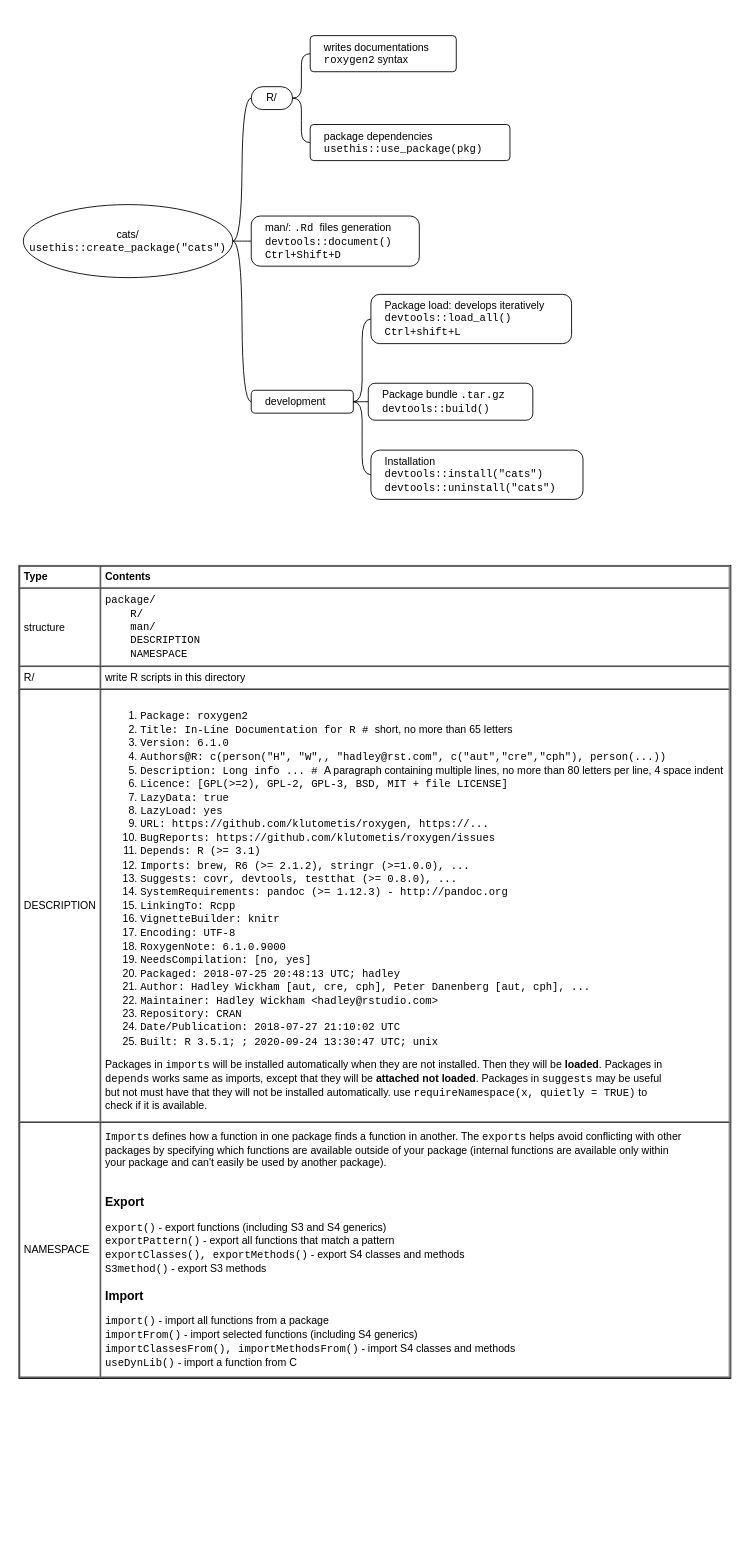
yangdj/tf_docs keeps this draw.io diagram as page "Write-Package" (5 of 5) of languages/R/R-packages.drawio. Above is the earlier version. Source tidied: cells renumbered, new cells numbered last; positions are measured from the earlier drawing's top-left corner, leaving out a move shared by most shapes. Both pictures are drawn from the tidied source at 88%, with x=0, y=0 at pixel (15, 19).
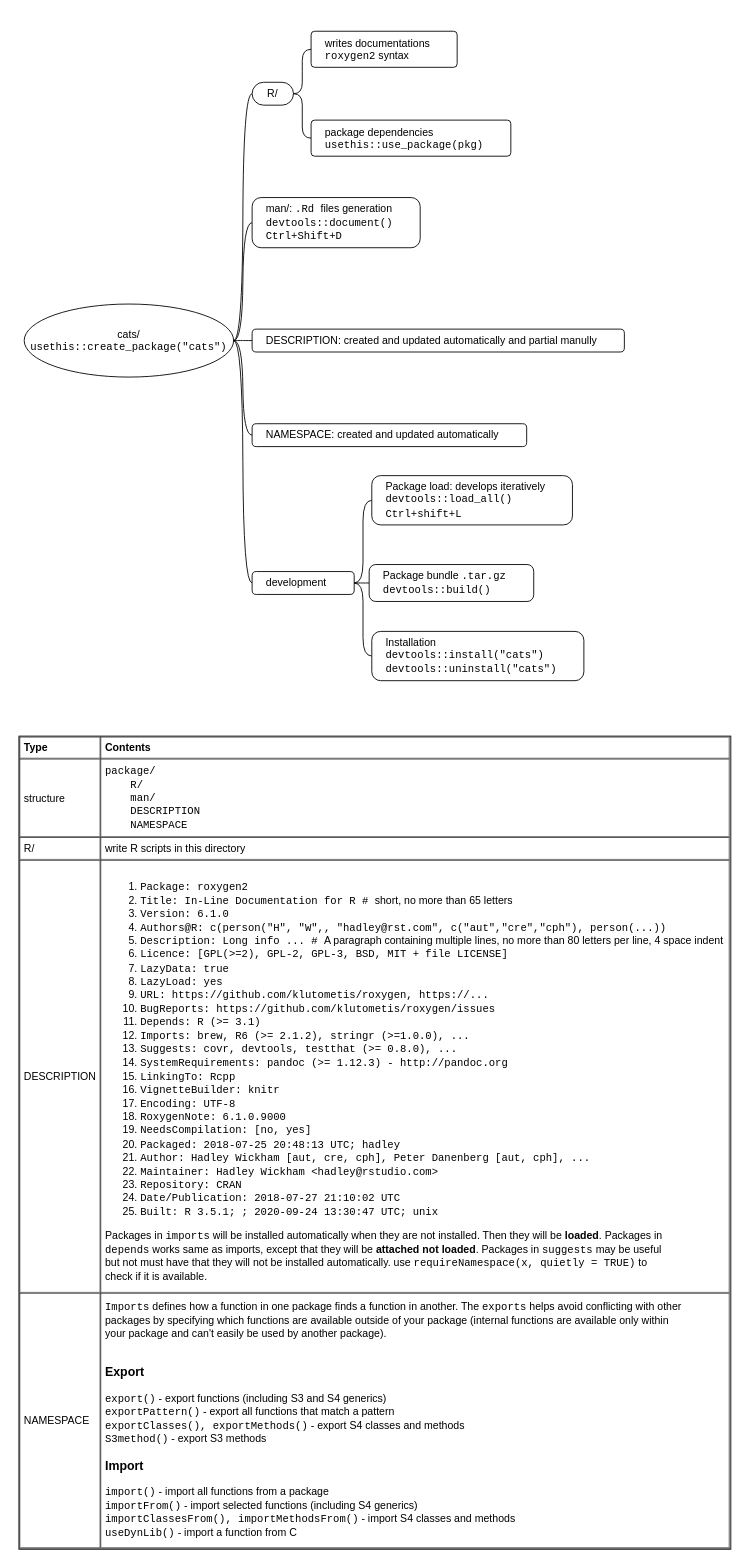
Above is the later version.

The edit, as a diff of the source:
```diff
@@
     <mxCell id="2" value="&lt;table cellpadding=&quot;4&quot; cellspacing=&quot;0&quot; border=&quot;1&quot; style=&quot;font-size: 1em ; width: 100% ; height: 100%&quot;&gt;&lt;tbody&gt;&lt;tr&gt;&lt;th&gt;Type&lt;/th&gt;&lt;th&gt;Contents&lt;/th&gt;&lt;/tr&gt;&lt;tr&gt;&lt;td&gt;structure&lt;/td&gt;&lt;td&gt;&lt;font face=&quot;Courier New&quot;&gt;package/&lt;/font&gt;&lt;br style=&quot;font-family: &amp;#34;courier new&amp;#34;&quot;&gt;&lt;span style=&quot;font-family: &amp;#34;courier new&amp;#34;&quot;&gt;&amp;nbsp; &amp;nbsp; R/&lt;/span&gt;&lt;br style=&quot;font-family: &amp;#34;courier new&amp;#34;&quot;&gt;&lt;span style=&quot;font-family: &amp;#34;courier new&amp;#34;&quot;&gt;&amp;nbsp; &amp;nbsp; man/&lt;/span&gt;&lt;font face=&quot;Courier New&quot;&gt;&lt;br&gt;&amp;nbsp; &amp;nbsp; DESCRIPTION&lt;br&gt;&amp;nbsp; &amp;nbsp; NAMESPACE&lt;/font&gt;&lt;br&gt;&lt;/td&gt;&lt;/tr&gt;&lt;tr&gt;&lt;td&gt;R/&lt;/td&gt;&lt;td&gt;write R scripts in this directory&lt;/td&gt;&lt;/tr&gt;&lt;tr&gt;&lt;td&gt;DESCRIPTION&lt;/td&gt;&lt;td&gt;&lt;ol&gt;&lt;li&gt;&lt;font face=&quot;Courier New&quot;&gt;Package: roxygen2&lt;/font&gt;&lt;/li&gt;&lt;li&gt;&lt;font face=&quot;Courier New&quot;&gt;Title: In-Line Documentation for R # &lt;/font&gt;short, no more than 65 letters&lt;/li&gt;&lt;li&gt;&lt;font face=&quot;Courier New&quot;&gt;Version: 6.1.0&lt;/font&gt;&lt;/li&gt;&lt;li&gt;&lt;span style=&quot;font-size: 1em ; font-family: &amp;#34;courier new&amp;#34;&quot;&gt;Authors@R: c(person(&quot;H&quot;, &quot;W&quot;,, &quot;hadley@rst.com&quot;, c(&quot;aut&quot;,&quot;cre&quot;,&quot;cph&quot;), person(...))&lt;/span&gt;&lt;br&gt;&lt;/li&gt;&lt;li&gt;&lt;font face=&quot;Courier New&quot;&gt;Description: Long info ... # &lt;/font&gt;A paragraph&amp;nbsp;containing multiple lines, no more than 80 letters per line, 4 space indent&lt;/li&gt;&lt;li&gt;&lt;font face=&quot;Courier New&quot;&gt;Licence: [GPL(&amp;gt;=2), GPL-2, GPL-3, BSD, MIT + file LICENSE]&lt;/font&gt;&lt;/li&gt;&lt;li&gt;&lt;font face=&quot;Courier New&quot;&gt;LazyData: true&lt;/font&gt;&lt;/li&gt;&lt;li&gt;&lt;span style=&quot;font-family: &amp;#34;courier new&amp;#34; ; font-size: 1em&quot;&gt;LazyLoad: yes&lt;/span&gt;&lt;br&gt;&lt;/li&gt;&lt;li&gt;&lt;font face=&quot;Courier New&quot;&gt;URL:&amp;nbsp;https://github.com/klutometis/roxygen, https://...&lt;/font&gt;&lt;/li&gt;&lt;li&gt;&lt;font face=&quot;Courier New&quot;&gt;BugReports:&amp;nbsp;https://github.com/klutometis/roxygen/issues&lt;/font&gt;&lt;/li&gt;&lt;li&gt;&lt;font face=&quot;Courier New&quot;&gt;Depends: R (&amp;gt;= 3.1)&lt;/font&gt;&lt;/li&gt;&lt;li&gt;&lt;font face=&quot;Courier New&quot;&gt;Imports: brew, R6 (&amp;gt;= 2.1.2), stringr (&amp;gt;=1.0.0), ...&lt;/font&gt;&lt;/li&gt;&lt;li&gt;&lt;font face=&quot;Courier New&quot;&gt;Suggests: covr, devtools, testthat (&amp;gt;= 0.8.0), ...&lt;/font&gt;&lt;/li&gt;&lt;li&gt;&lt;font face=&quot;Courier New&quot;&gt;SystemRequirements: pandoc (&amp;gt;= 1.12.3) - http://pandoc.org&lt;/font&gt;&lt;/li&gt;&lt;li&gt;&lt;font face=&quot;Courier New&quot;&gt;LinkingTo: Rcpp&lt;/font&gt;&lt;/li&gt;&lt;li&gt;&lt;font face=&quot;Courier New&quot;&gt;VignetteBuilder: knitr&lt;/font&gt;&lt;/li&gt;&lt;li&gt;&lt;font face=&quot;Courier New&quot;&gt;Encoding: UTF-8&lt;/font&gt;&lt;/li&gt;&lt;li&gt;&lt;font face=&quot;Courier New&quot;&gt;RoxygenNote: 6.1.0.9000&lt;br&gt;&lt;/font&gt;&lt;/li&gt;&lt;li&gt;&lt;font face=&quot;Courier New&quot;&gt;NeedsCompilation: [no, yes]&lt;/font&gt;&lt;/li&gt;&lt;li&gt;&lt;font face=&quot;Courier New&quot;&gt;Packaged: 2018-07-25 20:48:13 UTC; hadley&lt;br&gt;&lt;/font&gt;&lt;/li&gt;&lt;li&gt;&lt;font face=&quot;Courier New&quot;&gt;Author: Hadley Wickham [aut, cre, cph], Peter Danenberg [aut, cph], ...&lt;/font&gt;&lt;/li&gt;&lt;li&gt;&lt;font face=&quot;Courier New&quot;&gt;Maintainer: Hadley Wickham &amp;lt;hadley@rstudio.com&amp;gt;&lt;/font&gt;&lt;/li&gt;&lt;li&gt;&lt;font face=&quot;Courier New&quot;&gt;Repository: CRAN&lt;/font&gt;&lt;/li&gt;&lt;li&gt;&lt;font face=&quot;Courier New&quot;&gt;Date/Publication: 2018-07-27 21:10:02 UTC&lt;/font&gt;&lt;/li&gt;&lt;li&gt;&lt;font face=&quot;Courier New&quot;&gt;Built: R 3.5.1; ; 2020-09-24 13:30:47 UTC; unix&lt;/font&gt;&lt;/li&gt;&lt;/ol&gt;&lt;div&gt;Packages in &lt;font face=&quot;Courier New&quot;&gt;imports&lt;/font&gt; will be installed automatically when they are not installed. Then they will be &lt;b&gt;loaded&lt;/b&gt;.&amp;nbsp;&lt;span style=&quot;font-size: 1em&quot;&gt;Packages in&lt;/span&gt;&lt;span style=&quot;font-size: 1em&quot;&gt;&amp;nbsp;&lt;/span&gt;&lt;/div&gt;&lt;div&gt;&lt;font face=&quot;Courier New&quot; style=&quot;font-size: 1em&quot;&gt;depends&lt;/font&gt;&lt;span style=&quot;font-size: 1em&quot;&gt;&amp;nbsp;works same as imports, except that they will be &lt;b&gt;attached&lt;/b&gt; &lt;b&gt;not loaded&lt;/b&gt;. Packages in &lt;font face=&quot;Courier New&quot;&gt;suggests&lt;/font&gt;&lt;/span&gt;&amp;nbsp;may be useful&amp;nbsp;&lt;/div&gt;&lt;div&gt;but not must have that they will not be installed automatically. use &lt;font face=&quot;Courier New&quot;&gt;requireNamespace(x, quietly = TRUE)&lt;/font&gt;&amp;nbsp;to&lt;/div&gt;&lt;div&gt;check if it is available.&lt;/div&gt;&lt;/td&gt;&lt;/tr&gt;&lt;tr&gt;&lt;td&gt;NAMESPACE&lt;/td&gt;&lt;td&gt;&lt;font face=&quot;Courier New&quot;&gt;Imports&lt;/font&gt; defines how a function in one package finds a function in another. The &lt;font face=&quot;Courier New&quot;&gt;exports&lt;/font&gt; helps avoid conflicting with other&lt;br&gt;packages by specifying which functions are available outside of your package (internal functions are available only within&lt;br&gt;your package and can't easily be used by another package).&lt;br&gt;&lt;br&gt;&lt;h3&gt;Export&lt;/h3&gt;&lt;font face=&quot;Courier New&quot;&gt;export()&lt;/font&gt; - export functions (including S3 and S4 generics)&lt;br&gt;&lt;font face=&quot;Courier New&quot;&gt;exportPattern()&lt;/font&gt;&amp;nbsp;- export all functions that match a pattern&lt;br&gt;&lt;font face=&quot;Courier New&quot;&gt;exportClasses(), exportMethods()&lt;/font&gt; - export S4 classes and methods&lt;br&gt;&lt;font face=&quot;Courier New&quot;&gt;S3method()&lt;/font&gt; - export S3 methods&lt;br&gt;&lt;h3&gt;Import&lt;/h3&gt;&lt;font face=&quot;Courier New&quot;&gt;import()&lt;/font&gt; - import all functions from a package&lt;br&gt;&lt;font face=&quot;Courier New&quot;&gt;importFrom()&lt;/font&gt; - import selected functions (including S4 generics)&lt;br&gt;&lt;font face=&quot;Courier New&quot;&gt;importClassesFrom(), importMethodsFrom()&lt;/font&gt; - import S4 classes and methods&lt;br&gt;&lt;font face=&quot;Courier New&quot;&gt;useDynLib()&lt;/font&gt; - import a function from C&lt;br&gt;&lt;/td&gt;&lt;/tr&gt;&lt;/tbody&gt;&lt;/table&gt; " style="verticalAlign=top;align=left;overflow=fill;fontSize=12;fontFamily=Helvetica;html=1;" parent="1" vertex="1">
-      <mxGeometry x="4" y="620" width="809" height="924" as="geometry" />
+      <mxGeometry x="4" y="814" width="809" height="924" as="geometry" />
     </mxCell>
@@
     <mxCell id="6" style="swimlane;html=1;startSize=20;horizontal=1;containerType=tree;fillColor=none;strokeColor=none;" parent="1" vertex="1">
-      <mxGeometry width="671" height="572" as="geometry" />
+      <mxGeometry x="1" y="-5" width="759" height="790" as="geometry" />
     </mxCell>
@@
     <mxCell id="8" value="cats/&lt;br&gt;&lt;span style=&quot;font-family: &amp;#34;courier new&amp;#34;&quot;&gt;usethis::create_package(&quot;cats&quot;)&lt;/span&gt;" style="ellipse;whiteSpace=wrap;html=1;align=center;newEdgeStyle={&quot;edgeStyle&quot;:&quot;entityRelationEdgeStyle&quot;,&quot;startArrow&quot;:&quot;none&quot;,&quot;endArrow&quot;:&quot;none&quot;,&quot;segment&quot;:10,&quot;curved&quot;:1};" parent="6" vertex="1">
-      <mxGeometry x="9" y="210" width="238" height="83" as="geometry" />
+      <mxGeometry x="9" y="328" width="238" height="83" as="geometry" />
     </mxCell>
@@
     <mxCell id="13" value="man/:&amp;nbsp;&lt;font face=&quot;Courier New&quot; style=&quot;text-align: center&quot;&gt;.Rd&amp;nbsp;&lt;/font&gt;&lt;font style=&quot;text-align: center&quot;&gt;files generation&lt;/font&gt;&lt;br&gt;&lt;span style=&quot;font-family: &amp;#34;courier new&amp;#34;&quot;&gt;devtools::document()&lt;br&gt;Ctrl+Shift+D&lt;/span&gt;&lt;span style=&quot;font-family: &amp;#34;courier new&amp;#34;&quot;&gt;&lt;br&gt;&lt;/span&gt;" style="whiteSpace=wrap;html=1;rounded=1;arcSize=18;align=left;verticalAlign=middle;strokeWidth=1;spacing=4;newEdgeStyle={&quot;edgeStyle&quot;:&quot;entityRelationEdgeStyle&quot;,&quot;startArrow&quot;:&quot;none&quot;,&quot;endArrow&quot;:&quot;none&quot;,&quot;segment&quot;:10,&quot;curved&quot;:1};spacingLeft=12;" parent="6" vertex="1">
-      <mxGeometry x="268" y="223" width="191" height="57" as="geometry" />
+      <mxGeometry x="268" y="207" width="191" height="57" as="geometry" />
     </mxCell>
@@
     <mxCell id="15" value="development" style="whiteSpace=wrap;html=1;rounded=1;arcSize=18;align=left;verticalAlign=middle;strokeWidth=1;spacing=4;newEdgeStyle={&quot;edgeStyle&quot;:&quot;entityRelationEdgeStyle&quot;,&quot;startArrow&quot;:&quot;none&quot;,&quot;endArrow&quot;:&quot;none&quot;,&quot;segment&quot;:10,&quot;curved&quot;:1};spacingLeft=12;" parent="6" vertex="1">
-      <mxGeometry x="268" y="421" width="116" height="26" as="geometry" />
+      <mxGeometry x="268" y="632" width="116" height="26" as="geometry" />
     </mxCell>
@@
     <mxCell id="17" value="&lt;span style=&quot;text-align: center&quot;&gt;Package load: develops iteratively&lt;/span&gt;&lt;br style=&quot;text-align: center&quot;&gt;&lt;font face=&quot;Courier New&quot; style=&quot;text-align: center&quot;&gt;devtools::load_all()&lt;br&gt;Ctrl+shift+L&lt;/font&gt;&lt;span style=&quot;font-family: &amp;#34;courier new&amp;#34;&quot;&gt;&lt;br&gt;&lt;/span&gt;" style="whiteSpace=wrap;html=1;rounded=1;arcSize=18;align=left;verticalAlign=middle;strokeWidth=1;spacing=4;newEdgeStyle={&quot;edgeStyle&quot;:&quot;entityRelationEdgeStyle&quot;,&quot;startArrow&quot;:&quot;none&quot;,&quot;endArrow&quot;:&quot;none&quot;,&quot;segment&quot;:10,&quot;curved&quot;:1};spacingLeft=12;" parent="6" vertex="1">
-      <mxGeometry x="404" y="312" width="228" height="56" as="geometry" />
+      <mxGeometry x="404" y="523" width="228" height="56" as="geometry" />
     </mxCell>
@@
     <mxCell id="19" value="&lt;span style=&quot;text-align: center&quot;&gt;Package bundle&amp;nbsp;&lt;/span&gt;&lt;font face=&quot;Courier New&quot; style=&quot;text-align: center&quot;&gt;.tar.gz&lt;/font&gt;&lt;br style=&quot;text-align: center&quot;&gt;&lt;font face=&quot;Courier New&quot; style=&quot;text-align: center&quot;&gt;devtools::build()&lt;/font&gt;&lt;span style=&quot;font-family: &amp;#34;courier new&amp;#34;&quot;&gt;&lt;br&gt;&lt;/span&gt;" style="whiteSpace=wrap;html=1;rounded=1;arcSize=18;align=left;verticalAlign=middle;strokeWidth=1;spacing=4;newEdgeStyle={&quot;edgeStyle&quot;:&quot;entityRelationEdgeStyle&quot;,&quot;startArrow&quot;:&quot;none&quot;,&quot;endArrow&quot;:&quot;none&quot;,&quot;segment&quot;:10,&quot;curved&quot;:1};spacingLeft=12;" parent="6" vertex="1">
-      <mxGeometry x="401" y="413" width="187" height="42" as="geometry" />
+      <mxGeometry x="401" y="624" width="187" height="42" as="geometry" />
     </mxCell>
@@
     <mxCell id="21" value="&lt;span style=&quot;text-align: center&quot;&gt;Installation&lt;/span&gt;&lt;br style=&quot;text-align: center&quot;&gt;&lt;font face=&quot;Courier New&quot; style=&quot;text-align: center&quot;&gt;devtools::install(&quot;cats&quot;)&lt;br&gt;devtools::uninstall(&quot;cats&quot;)&lt;/font&gt;&lt;span style=&quot;font-family: &amp;#34;courier new&amp;#34;&quot;&gt;&lt;br&gt;&lt;/span&gt;" style="whiteSpace=wrap;html=1;rounded=1;arcSize=18;align=left;verticalAlign=middle;strokeWidth=1;spacing=4;newEdgeStyle={&quot;edgeStyle&quot;:&quot;entityRelationEdgeStyle&quot;,&quot;startArrow&quot;:&quot;none&quot;,&quot;endArrow&quot;:&quot;none&quot;,&quot;segment&quot;:10,&quot;curved&quot;:1};spacingLeft=12;" parent="6" vertex="1">
-      <mxGeometry x="404" y="489" width="241" height="56" as="geometry" />
+      <mxGeometry x="404" y="700" width="241" height="56" as="geometry" />
     </mxCell>
@@
+    <mxCell id="24" style="edgeStyle=entityRelationEdgeStyle;startArrow=none;endArrow=none;segment=10;curved=1;" parent="6" edge="1" source="8" target="25">
+      <mxGeometry relative="1" as="geometry" />
+    </mxCell>
+    <mxCell id="25" value="DESCRIPTION: created and updated automatically and partial manully" style="whiteSpace=wrap;html=1;rounded=1;arcSize=18;align=left;verticalAlign=middle;strokeWidth=1;spacing=4;newEdgeStyle={&quot;edgeStyle&quot;:&quot;entityRelationEdgeStyle&quot;,&quot;startArrow&quot;:&quot;none&quot;,&quot;endArrow&quot;:&quot;none&quot;,&quot;segment&quot;:10,&quot;curved&quot;:1};spacingLeft=12;" parent="6" vertex="1">
+      <mxGeometry x="268" y="356.5" width="423" height="26" as="geometry" />
+    </mxCell>
+    <mxCell id="26" style="edgeStyle=entityRelationEdgeStyle;startArrow=none;endArrow=none;segment=10;curved=1;" parent="6" edge="1" source="8" target="27">
+      <mxGeometry relative="1" as="geometry" />
+    </mxCell>
+    <mxCell id="27" value="NAMESPACE: created and updated automatically" style="whiteSpace=wrap;html=1;rounded=1;arcSize=18;align=left;verticalAlign=middle;strokeWidth=1;spacing=4;newEdgeStyle={&quot;edgeStyle&quot;:&quot;entityRelationEdgeStyle&quot;,&quot;startArrow&quot;:&quot;none&quot;,&quot;endArrow&quot;:&quot;none&quot;,&quot;segment&quot;:10,&quot;curved&quot;:1};spacingLeft=12;" parent="6" vertex="1">
+      <mxGeometry x="268" y="464" width="312" height="26" as="geometry" />
+    </mxCell>
```
